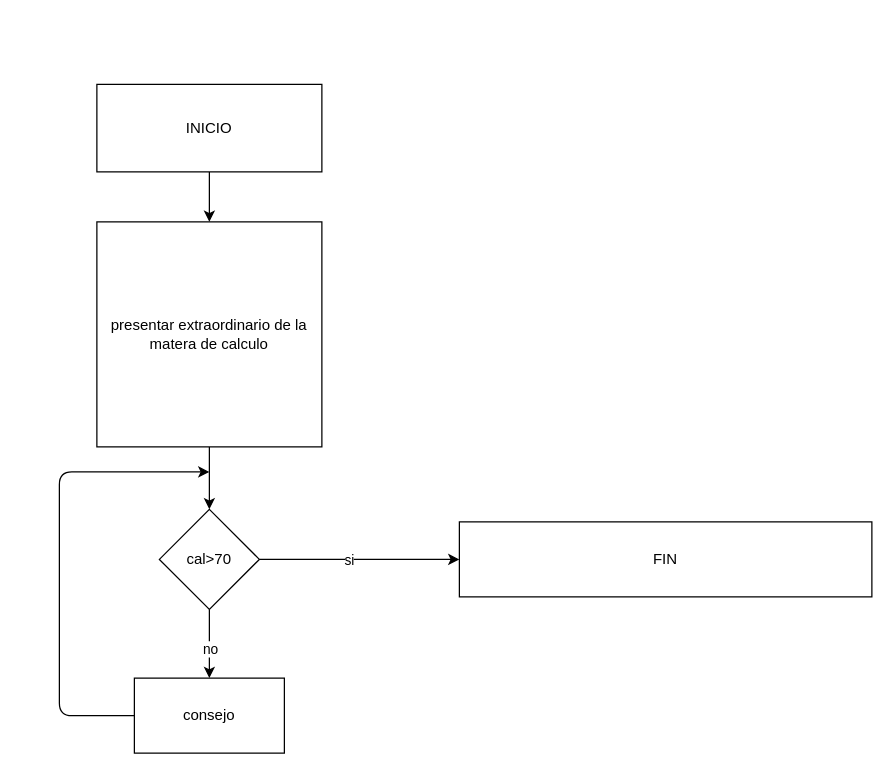
Before: Ramirez_exmaple.dio in juan3042250019-pixel/4b_practice_RamirezRamosJuanFernando, a draw.io diagram. Source tidied: cells renumbered, new cells numbered last; positions are measured from the earlier drawing's top-left corner, leaving out a move shared by most shapes. Both pictures are drawn from the tidied source at 125%, with x=0, y=0 at pixel (59, 84).
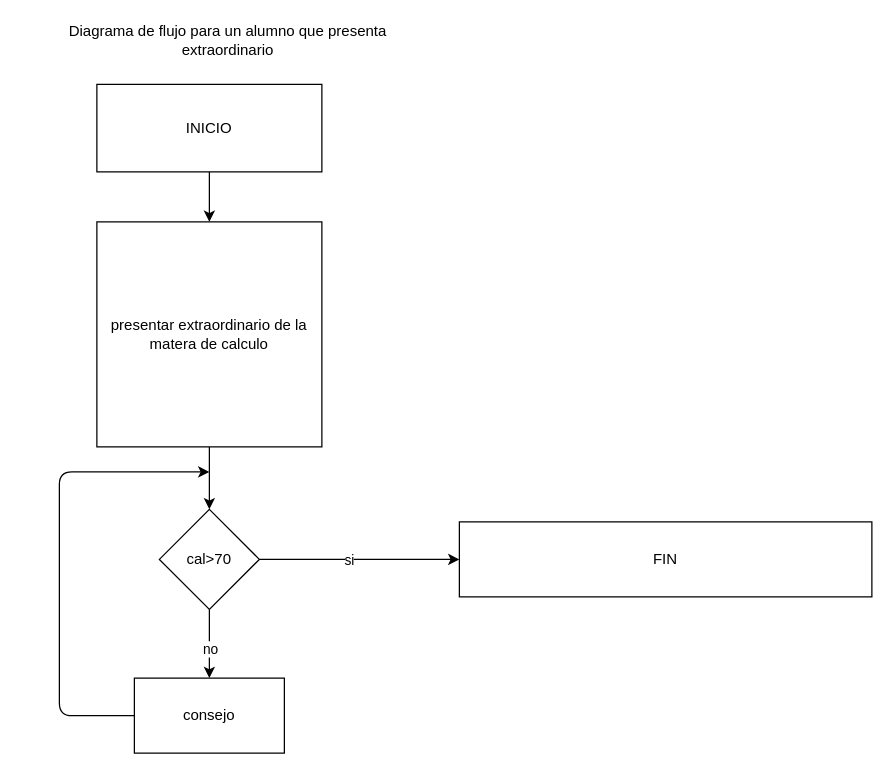
The same page after the edit.

Change to the diagram source:
```diff
@@
 <mxGraphModel>
   <root>
     <mxCell id="0" />
     <mxCell id="1" parent="0" />
     <mxCell id="2" value="INICIO" style="rounded=0;whiteSpace=wrap;html=1;" parent="1" vertex="1">
       <mxGeometry x="30" width="180" height="70" as="geometry" />
     </mxCell>
     <mxCell id="3" value="FIN" style="rounded=0;whiteSpace=wrap;html=1;" parent="1" vertex="1">
       <mxGeometry x="320" y="350" width="330" height="60" as="geometry" />
     </mxCell>
     <mxCell id="4" value="presentar extraordinario de la matera de calculo" style="whiteSpace=wrap;html=1;" parent="1" vertex="1">
       <mxGeometry x="30" y="110" width="180" height="180" as="geometry" />
     </mxCell>
     <mxCell id="5" value="cal&amp;gt;70" style="rhombus;whiteSpace=wrap;html=1;" parent="1" vertex="1">
       <mxGeometry x="80" y="340" width="80" height="80" as="geometry" />
     </mxCell>
     <mxCell id="6" style="endArrow=classic;html=1;exitX=0.5;exitY=1;exitDx=0;exitDy=0;entryX=0.5;entryY=0;entryDx=0;entryDy=0;" parent="1" edge="1" source="2" target="4">
       <mxGeometry relative="1" as="geometry" />
     </mxCell>
     <mxCell id="7" style="endArrow=classic;html=1;exitX=0.5;exitY=1;exitDx=0;exitDy=0;entryX=0.5;entryY=0;entryDx=0;entryDy=0;" parent="1" edge="1" source="4" target="5">
       <mxGeometry relative="1" as="geometry" />
     </mxCell>
     <mxCell id="8" style="endArrow=classic;html=1;exitX=1;exitY=0.5;exitDx=0;exitDy=0;entryX=0;entryY=0.5;entryDx=0;entryDy=0;" parent="1" edge="1" source="5" target="3">
       <mxGeometry relative="1" as="geometry" />
     </mxCell>
     <mxCell id="9" value="si" style="edgeLabel;html=1;align=center;verticalAlign=middle;" parent="8" vertex="1">
       <mxGeometry x="-0.11" relative="1" as="geometry" />
     </mxCell>
     <mxCell id="10" value="consejo" style="rounded=0;whiteSpace=wrap;html=1;" parent="1" vertex="1">
       <mxGeometry x="60" y="475" width="120" height="60" as="geometry" />
     </mxCell>
     <mxCell id="11" style="endArrow=classic;html=1;exitX=0.5;exitY=1;exitDx=0;exitDy=0;entryX=0.5;entryY=0;entryDx=0;entryDy=0;" parent="1" edge="1" source="5" target="10">
       <mxGeometry relative="1" as="geometry" />
     </mxCell>
     <mxCell id="12" value="no" style="edgeLabel;html=1;align=center;verticalAlign=middle;" parent="11" vertex="1">
       <mxGeometry x="0.13" relative="1" as="geometry" />
     </mxCell>
     <mxCell id="13" style="endArrow=classic;html=1;exitX=0;exitY=0.5;exitDx=0;exitDy=0;" parent="1" edge="1" source="10">
       <mxGeometry relative="1" as="geometry">
         <mxPoint x="120" y="310" as="targetPoint" />
         <Array as="points">
           <mxPoint y="505" />
           <mxPoint y="310" />
         </Array>
       </mxGeometry>
     </mxCell>
+    <mxCell id="14" value="Diagrama de flujo para un alumno que presenta extraordinario" style="text;html=1;align=center;verticalAlign=middle;whiteSpace=wrap;rounded=0;" parent="1" vertex="1">
+      <mxGeometry x="-30" y="-50" width="330" height="30" as="geometry" />
+    </mxCell>
   </root>
 </mxGraphModel>
```
